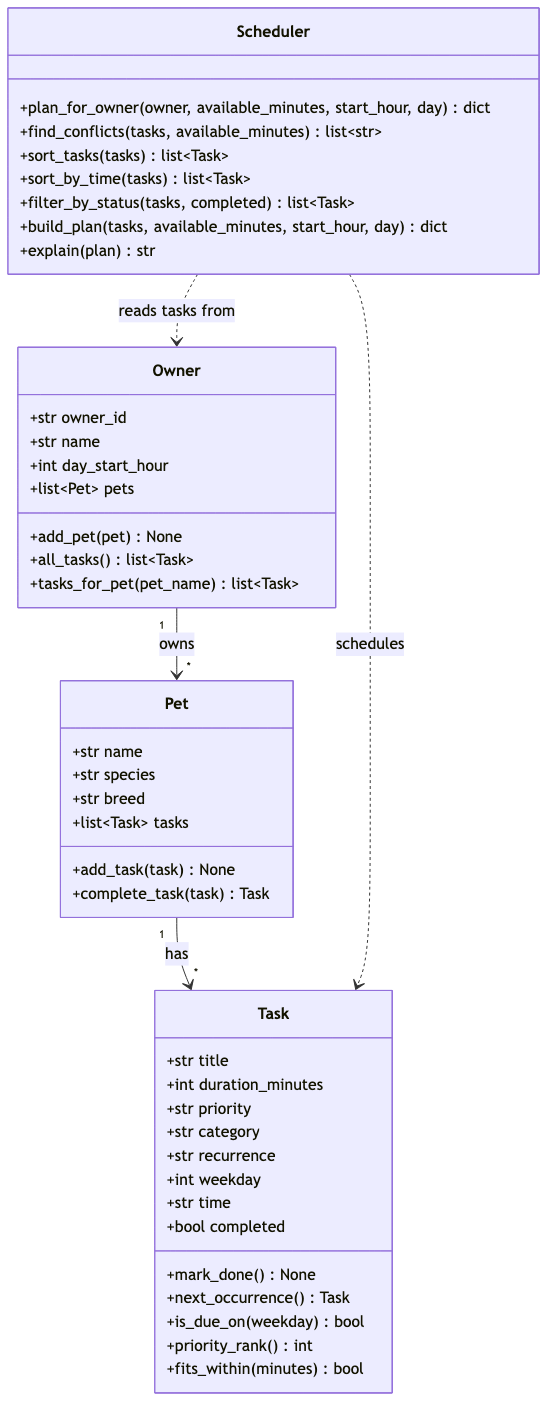
Above: diagrams/uml.png in meghakr1/ai110-module2show-pawpal-starter (Mermaid), before the change. Its source is kept beside it as diagrams/uml.mmd.
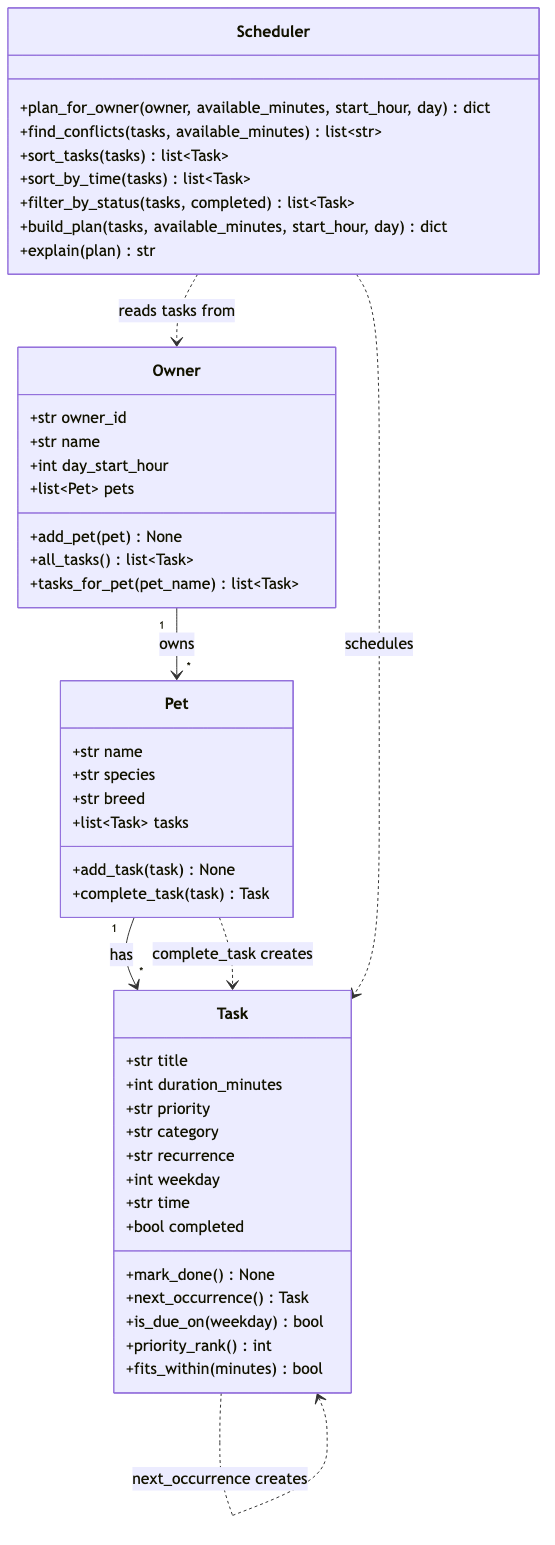
The same file after the commit.

Change to the diagram source:
```diff
@@ -47,5 +47,7 @@
 
     Owner "1" --> "*" Pet : owns
     Pet "1" --> "*" Task : has
+    Pet ..> Task : complete_task creates
+    Task ..> Task : next_occurrence creates
     Scheduler ..> Owner : reads tasks from
     Scheduler ..> Task : schedules
```
